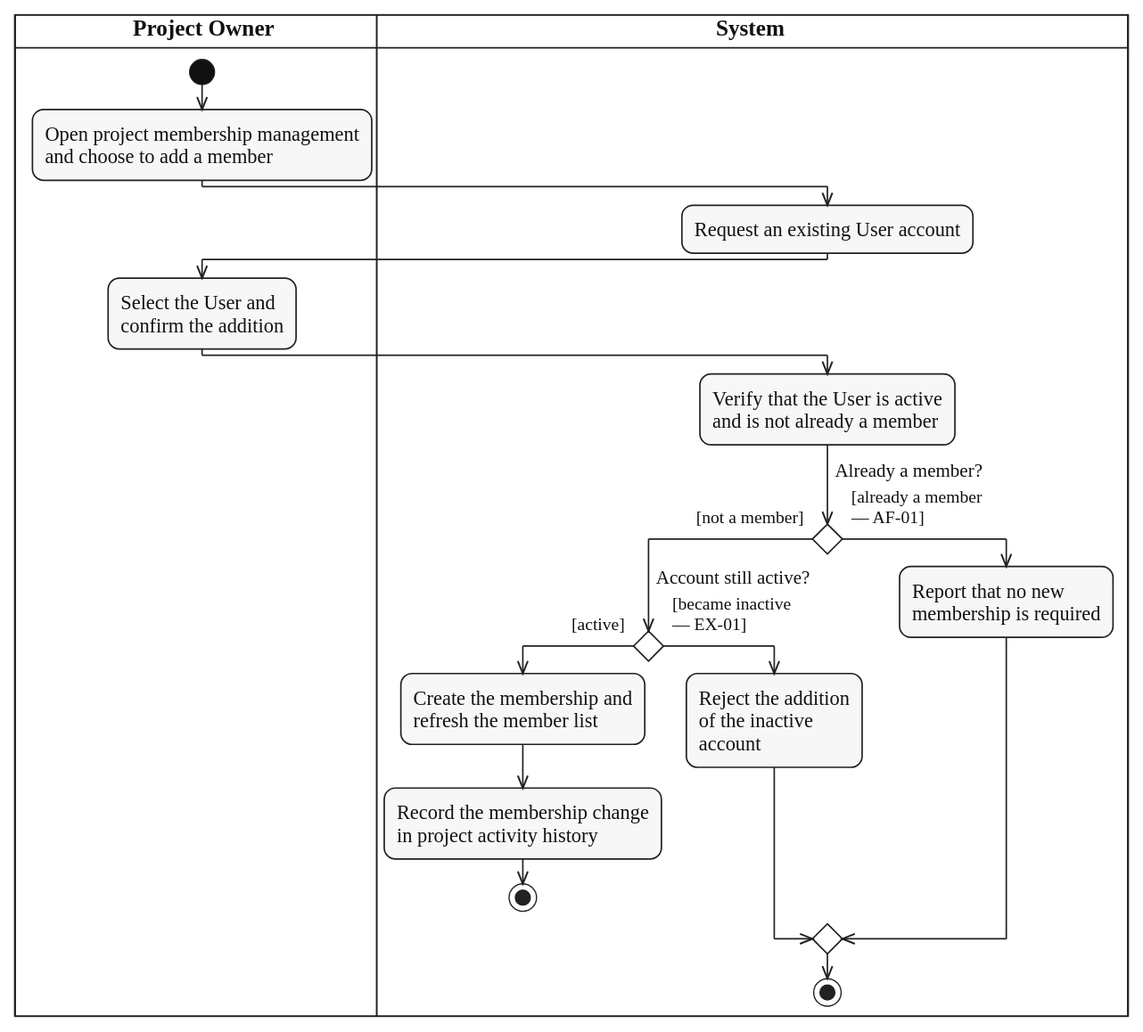
Earlier version of the PlantUML export diagrams/activity/project-membership/svg/UC-PROJECT-MEMBER-ADD.svg (lukenab/swd392-doc-automation). Its source is kept beside it as diagrams/activity/project-membership/source/UC-PROJECT-MEMBER-ADD.puml.
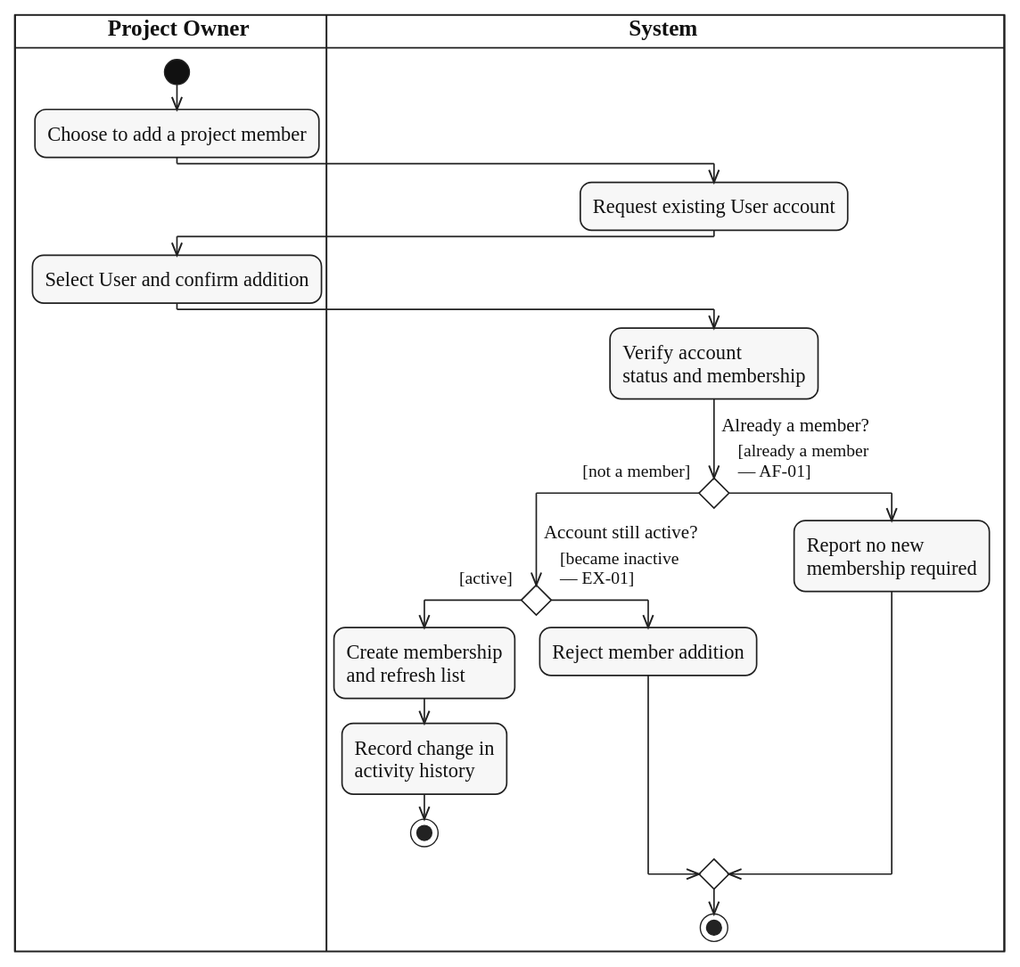
The same diagram one commit later.

Diff of the diagram source:
```diff
@@ -5,31 +5,27 @@
 
 |OWN|
 start
-:Open project membership management
-and choose to add a member;
+:Choose to add a project member;
 |SYS|
-:Request an existing User account;
+:Request existing User account;
 |OWN|
-:Select the User and
-confirm the addition;
+:Select User and confirm addition;
 |SYS|
-:Verify that the User is active
-and is not already a member;
+:Verify account
+status and membership;
 if ($question("Already a member?")) then ($guard_left("[not a member]"))
   if ($question("Account still active?")) then ($guard_left("[active]"))
-    :Create the membership and
-    refresh the member list;
-    :Record the membership change
-    in project activity history;
+    :Create membership
+    and refresh list;
+    :Record change in
+    activity history;
     stop
   else ($guard_right("[became inactive", "— EX-01]"))
-    :Reject the addition
-    of the inactive
-    account;
+    :Reject member addition;
   endif
 else ($guard_right("[already a member", "— AF-01]"))
-  :Report that no new
-  membership is required;
+  :Report no new
+  membership required;
 endif
 stop
 @enduml
```
